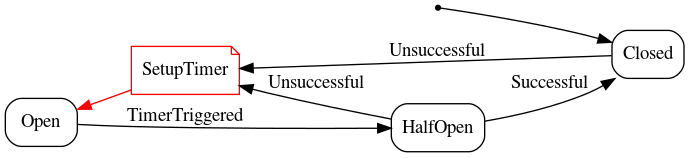
Earlier version of the Graphviz export CircuitBreaker.png (xkr47/rust-fsm-graph). Its source is kept beside it as CircuitBreaker.dot. Source of this version:
```dot
digraph "graph" {
  rankdir="LR";
  node [shape=Mrecord];
  newrank=true;
  SM_init [label="", shape=point];
  SM_init -> "Closed";
  "SetupTimer_Open" -> "Closed" [label="Unsuccessful"  arrowhead=none arrowtail=normal dir=both ];
  "Open" -> "HalfOpen" [label="TimerTriggered" ];
  "HalfOpen" -> "Closed" [label="Successful" ];
  "SetupTimer_Open" -> "HalfOpen" [label="Unsuccessful"  arrowhead=none arrowtail=normal dir=both ];
  "SetupTimer_Open" [label="SetupTimer" color=red shape=note ];
  "Open" -> "SetupTimer_Open" [ color=red arrowhead=none arrowtail=normal dir=both ];
}
```
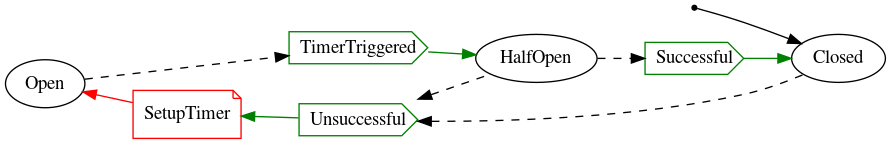
Above is the later version.

Diff of the diagram source:
```diff
@@ -1,13 +1,18 @@
 digraph "graph" {
   rankdir="LR";
-  node [shape=Mrecord];
   newrank=true;
   SM_init [label="", shape=point];
   SM_init -> "Closed";
-  "SetupTimer_Open" -> "Closed" [label="Unsuccessful"  arrowhead=none arrowtail=normal dir=both ];
-  "Open" -> "HalfOpen" [label="TimerTriggered" ];
-  "HalfOpen" -> "Closed" [label="Successful" ];
-  "SetupTimer_Open" -> "HalfOpen" [label="Unsuccessful"  arrowhead=none arrowtail=normal dir=both ];
+  "SetupTimer_Open_Unsuccessful_iv" -> "Closed" [ arrowhead=none arrowtail=normal style=dashed dir=both ];
+  "Open" -> "Open_HalfOpen_iv" [ style=dashed rankdir=TB ];
+  "Open_HalfOpen_iv" [label="TimerTriggered" color="#008000" shape=cds ];
+  "Open_HalfOpen_iv" -> "HalfOpen" [ color="#008000" ];
+  "SetupTimer_Open_Unsuccessful_iv" -> "HalfOpen" [ arrowhead=none arrowtail=normal style=dashed dir=both ];
+  "SetupTimer_Open_Unsuccessful_iv" [label="Unsuccessful" color="#008000" shape=cds ];
+  "SetupTimer_Open" -> "SetupTimer_Open_Unsuccessful_iv" [ color="#008000" arrowhead=none arrowtail=normal dir=both ];
   "SetupTimer_Open" [label="SetupTimer" color=red shape=note ];
   "Open" -> "SetupTimer_Open" [ color=red arrowhead=none arrowtail=normal dir=both ];
+  "HalfOpen" -> "HalfOpen_Closed_iv" [ style=dashed rankdir=TB ];
+  "HalfOpen_Closed_iv" [label="Successful" color="#008000" shape=cds ];
+  "HalfOpen_Closed_iv" -> "Closed" [ color="#008000" ];
 }
```
